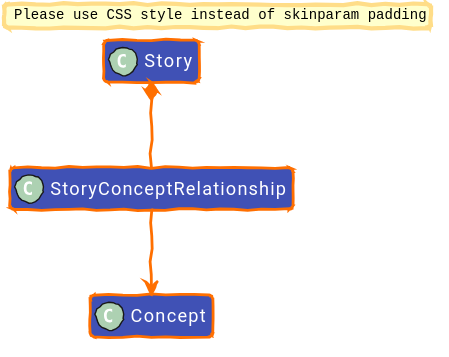
Above: diagrams/out/uctm-story-concept-relationship_dark.svg in EKGF/ekg-method (PlantUML), before the change. Its diagram source:
```plantuml
@startuml
!option handwritten true
!define BG_MAIN_COLOR      #4051b5
!define BG_SECONDARY_COLOR #4051b5
!define BG_PACKAGE_COLOR   #4051b5
!define BORDER_COLOR       #ff6f00
!define FONT_COLOR         #ffffff
!define ARROW_COLOR        #ff6f00

skinparam backgroundColor transparent

skinparam Padding 2
skinparam RoundCorner 6
skinparam Shadowing false
skinparam HyperlinkUnderline true
skinparam HyperlinkColor #ff6f00
skinparam ranksep 40
skinparam nodesep 30

skinparam Default {
FontName "Roboto"
FontColor FONT_COLOR
FontSize 13
}

skinparam Arrow {
Color ARROW_COLOR
FontColor #ffffff
FontStyle normal
Thickness 2
}

skinparam class {
BackgroundColor BG_MAIN_COLOR
BorderColor BORDER_COLOR
BorderThickness 2
FontColor FONT_COLOR
AttributeFontColor FONT_COLOR
ArrowColor ARROW_COLOR
ArrowThickness 2
}

skinparam package {
FontColor FONT_COLOR
BackgroundColor BG_MAIN_COLOR
BorderColor BORDER_COLOR
}

skinparam state {
BackgroundColor BG_MAIN_COLOR
FontColor FONT_COLOR
AttributeFontColor FONT_COLOR
ArrowColor ARROW_COLOR
BorderColor BORDER_COLOR
BorderThickness 2
StartColor #ffffff
EndColor #ffffff
}

skinparam StateStartColor #ffffff
skinparam StateEndColor #ffffff
skinparam StateStartBackgroundColor #ffffff
skinparam StateEndBackgroundColor #ffffff
skinparam StateStartBorderColor #ffffff
skinparam StateEndBorderColor #ffffff
skinparam StateStartFillColor #ffffff
skinparam StateEndFillColor #ffffff

top to bottom direction
hide members

class "Story" as Story [[/concept/story/#ontology]]
class "Concept" as Concept [[/concept/concept/#ontology]]
class "StoryConceptRelationship" as StoryConceptRelationship [[/concept/concept/story-concept-relationship/#ontology]]

Story "0..*" *-- "1" StoryConceptRelationship : owns
StoryConceptRelationship "0..*" --> "1" Concept : concept
@enduml
```
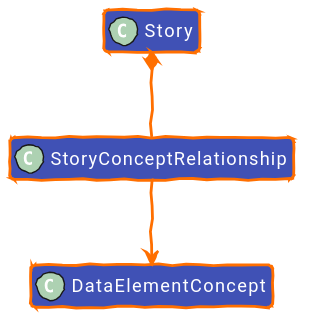
The same diagram one commit later.

Diff of the diagram source:
```diff
@@ -70,9 +70,9 @@
 hide members
 
 class "Story" as Story [[/concept/story/#ontology]]
-class "Concept" as Concept [[/concept/concept/#ontology]]
+class "DataElementConcept" as DataElementConcept [[/concept/concept/#ontology]]
 class "StoryConceptRelationship" as StoryConceptRelationship [[/concept/concept/story-concept-relationship/#ontology]]
 
 Story "0..*" *-- "1" StoryConceptRelationship : owns
-StoryConceptRelationship "0..*" --> "1" Concept : concept
+StoryConceptRelationship "0..*" --> "1" DataElementConcept : concept
 @enduml
```
